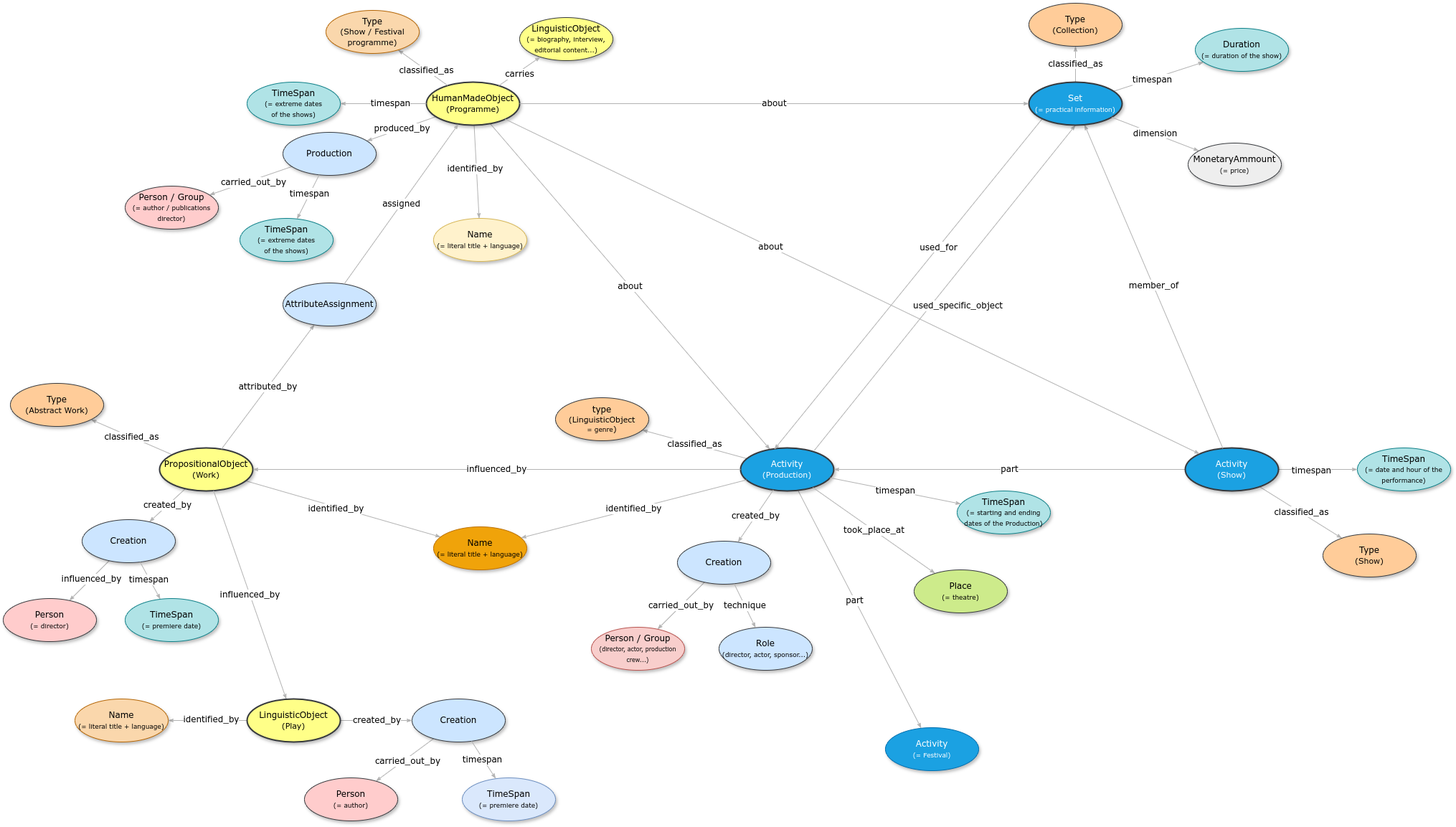
Above: Figures-Cookbook/Global.drawio.png in stage-to-data/linked-art-pa (draw.io), before the change. Source tidied: cells renumbered, new cells last; positions are measured from the earlier drawing's top-left corner, leaving out a move shared by most shapes.
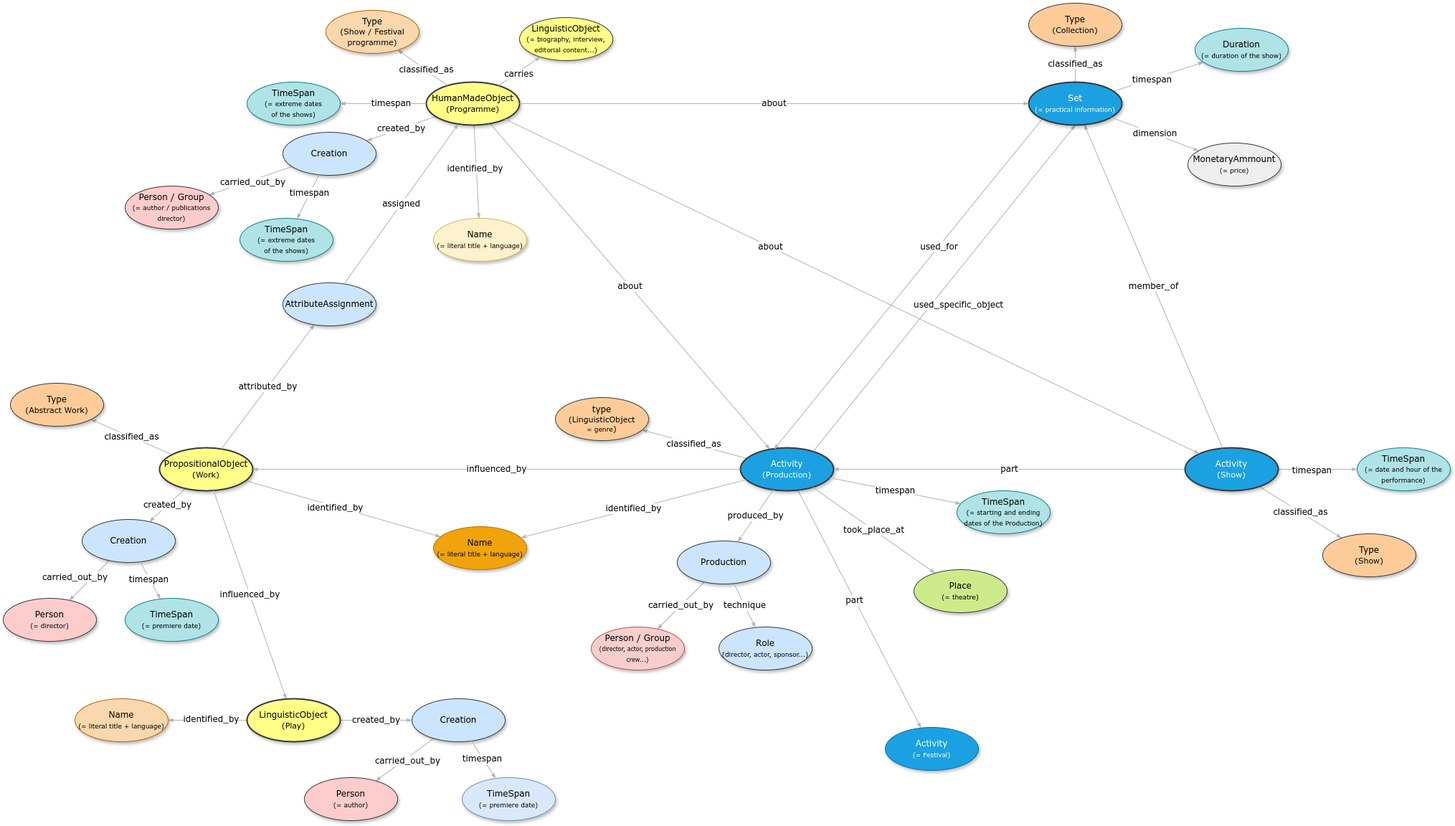
The same file after the commit.

Change to the diagram source:
```diff
@@ -23,9 +23,9 @@
     <mxCell id="8" style="edgeStyle=none;rounded=1;html=1;labelBackgroundColor=none;startArrow=none;startFill=0;startSize=5;endArrow=classicThin;endFill=1;endSize=5;jettySize=auto;strokeColor=#B3B3B3;strokeWidth=1;fontFamily=Verdana;fontSize=12;" parent="1" edge="1" source="10" target="11">
       <mxGeometry relative="1" as="geometry" />
     </mxCell>
-    <mxCell id="9" value="&lt;font face=&quot;Verdana&quot; style=&quot;font-size: 12px;&quot;&gt;influenced_by&lt;/font&gt;" style="edgeLabel;html=1;align=center;verticalAlign=middle;" parent="8" vertex="1">
+    <mxCell id="9" value="&lt;font face=&quot;Verdana&quot; style=&quot;font-size: 12px;&quot;&gt;carried_out&lt;/font&gt;&lt;span style=&quot;font-size: 12px; font-family: Verdana; background-color: light-dark(#ffffff, var(--ge-dark-color, #121212)); color: light-dark(rgb(0, 0, 0), rgb(255, 255, 255));&quot;&gt;_by&lt;/span&gt;" style="edgeLabel;html=1;align=center;verticalAlign=middle;" parent="8" vertex="1">
       <mxGeometry x="-0.06" relative="1" as="geometry">
-        <mxPoint y="-1" as="offset" />
+        <mxPoint x="-22" y="-3" as="offset" />
       </mxGeometry>
     </mxCell>
     <mxCell id="10" value="&lt;span&gt;Creation&lt;/span&gt;" style="ellipse;whiteSpace=wrap;html=1;rounded=0;shadow=1;comic=0;labelBackgroundColor=none;strokeWidth=1;fontFamily=Verdana;fontSize=12;align=center;fillColor=#cce5ff;strokeColor=#36393d;" parent="1" vertex="1">
@@ -102,10 +102,10 @@
     <mxCell id="33" value="identified_by" style="edgeStyle=none;rounded=1;html=1;labelBackgroundColor=#FFFFFF;startArrow=none;startFill=0;startSize=5;endArrow=classicThin;endFill=1;endSize=5;jettySize=auto;strokeColor=#B3B3B3;strokeWidth=1;fontFamily=Verdana;fontSize=12;" parent="1" edge="1" source="22" target="7">
       <mxGeometry relative="1" as="geometry" />
     </mxCell>
-    <mxCell id="34" value="created_by" style="edgeStyle=none;rounded=1;html=1;labelBackgroundColor=#FFFFFF;startArrow=none;startFill=0;startSize=5;endArrow=classicThin;endFill=1;endSize=5;jettySize=auto;strokeColor=#B3B3B3;strokeWidth=1;fontFamily=Verdana;fontSize=12;" parent="1" edge="1" source="22" target="35">
+    <mxCell id="34" value="produced_by" style="edgeStyle=none;rounded=1;html=1;labelBackgroundColor=#FFFFFF;startArrow=none;startFill=0;startSize=5;endArrow=classicThin;endFill=1;endSize=5;jettySize=auto;strokeColor=#B3B3B3;strokeWidth=1;fontFamily=Verdana;fontSize=12;" parent="1" edge="1" source="22" target="35">
       <mxGeometry relative="1" as="geometry" />
     </mxCell>
-    <mxCell id="35" value="&lt;span&gt;Creation&lt;/span&gt;" style="ellipse;whiteSpace=wrap;html=1;rounded=0;shadow=1;comic=0;labelBackgroundColor=none;strokeWidth=1;fontFamily=Verdana;fontSize=12;align=center;fillColor=#cce5ff;strokeColor=#36393d;" parent="1" vertex="1">
+    <mxCell id="35" value="&lt;span&gt;Production&lt;/span&gt;" style="ellipse;whiteSpace=wrap;html=1;rounded=0;shadow=1;comic=0;labelBackgroundColor=none;strokeWidth=1;fontFamily=Verdana;fontSize=12;align=center;fillColor=#cce5ff;strokeColor=#36393d;" parent="1" vertex="1">
       <mxGeometry x="940" y="750" width="130" height="60" as="geometry" />
     </mxCell>
     <mxCell id="36" value="&lt;span&gt;Role&lt;/span&gt;&lt;div&gt;&lt;span&gt;&lt;font style=&quot;font-size: 9px;&quot;&gt;(director, actor, sponsor...)&lt;/font&gt;&lt;/span&gt;&lt;/div&gt;" style="ellipse;whiteSpace=wrap;html=1;rounded=0;shadow=1;comic=0;labelBackgroundColor=none;strokeWidth=1;fontFamily=Verdana;fontSize=12;align=center;fillColor=#cce5ff;strokeColor=#36393d;" parent="1" vertex="1">
@@ -171,7 +171,7 @@
     <mxCell id="56" value="&lt;font style=&quot;font-size: 12px;&quot; face=&quot;Verdana&quot;&gt;identified_by&lt;/font&gt;" style="edgeLabel;html=1;align=center;verticalAlign=middle;labelBackgroundColor=#FFFFFF;" parent="55" vertex="1">
       <mxGeometry x="-0.08" y="-2" relative="1" as="geometry" />
     </mxCell>
-    <mxCell id="57" value="produced_by" style="edgeStyle=none;rounded=1;html=1;labelBackgroundColor=#FFFFFF;startArrow=none;startFill=0;startSize=5;endArrow=classicThin;endFill=1;endSize=5;jettySize=auto;strokeColor=#B3B3B3;strokeWidth=1;fontFamily=Verdana;fontSize=12;" parent="1" edge="1" source="58" target="62">
+    <mxCell id="57" value="created_by" style="edgeStyle=none;rounded=1;html=1;labelBackgroundColor=#FFFFFF;startArrow=none;startFill=0;startSize=5;endArrow=classicThin;endFill=1;endSize=5;jettySize=auto;strokeColor=#B3B3B3;strokeWidth=1;fontFamily=Verdana;fontSize=12;" parent="1" edge="1" source="58" target="62">
       <mxGeometry relative="1" as="geometry" />
     </mxCell>
     <mxCell id="58" value="&lt;div&gt;&lt;span style=&quot;background-color: initial;&quot;&gt;HumanMadeObject&lt;/span&gt;&lt;/div&gt;&lt;div&gt;&lt;span style=&quot;font-size: 11px; background-color: initial;&quot;&gt;(Programme&lt;/span&gt;&lt;span style=&quot;font-size: 11px; background-color: initial;&quot;&gt;)&lt;/span&gt;&lt;/div&gt;" style="ellipse;whiteSpace=wrap;html=1;rounded=0;shadow=1;comic=0;labelBackgroundColor=none;strokeWidth=2;fontFamily=Verdana;fontSize=12;align=center;fillColor=#ffff88;strokeColor=#36393d;" parent="1" vertex="1">
@@ -186,7 +186,7 @@
     <mxCell id="61" value="&lt;font style=&quot;font-size: 12px;&quot; face=&quot;Verdana&quot;&gt;carried_out_by&lt;/font&gt;" style="edgeLabel;html=1;align=center;verticalAlign=middle;" parent="60" vertex="1">
       <mxGeometry x="-0.03" y="3" relative="1" as="geometry" />
     </mxCell>
-    <mxCell id="62" value="&lt;span&gt;Production&lt;/span&gt;" style="ellipse;whiteSpace=wrap;html=1;rounded=0;shadow=1;comic=0;labelBackgroundColor=none;strokeWidth=1;fontFamily=Verdana;fontSize=12;align=center;fillColor=#cce5ff;strokeColor=#36393d;" parent="1" vertex="1">
+    <mxCell id="62" value="&lt;span&gt;Creation&lt;/span&gt;" style="ellipse;whiteSpace=wrap;html=1;rounded=0;shadow=1;comic=0;labelBackgroundColor=none;strokeWidth=1;fontFamily=Verdana;fontSize=12;align=center;fillColor=#cce5ff;strokeColor=#36393d;" parent="1" vertex="1">
       <mxGeometry x="390" y="180" width="130" height="60" as="geometry" />
     </mxCell>
     <mxCell id="63" value="&lt;span&gt;Person / Group&lt;/span&gt;&lt;div&gt;&lt;span&gt;&lt;font style=&quot;font-size: 9px;&quot;&gt;(= author / publications director)&lt;/font&gt;&lt;/span&gt;&lt;/div&gt;" style="ellipse;whiteSpace=wrap;html=1;rounded=0;shadow=1;comic=0;labelBackgroundColor=none;strokeWidth=1;fontFamily=Verdana;fontSize=12;align=center;fillColor=#ffcccc;strokeColor=#36393d;" parent="1" vertex="1">
```
